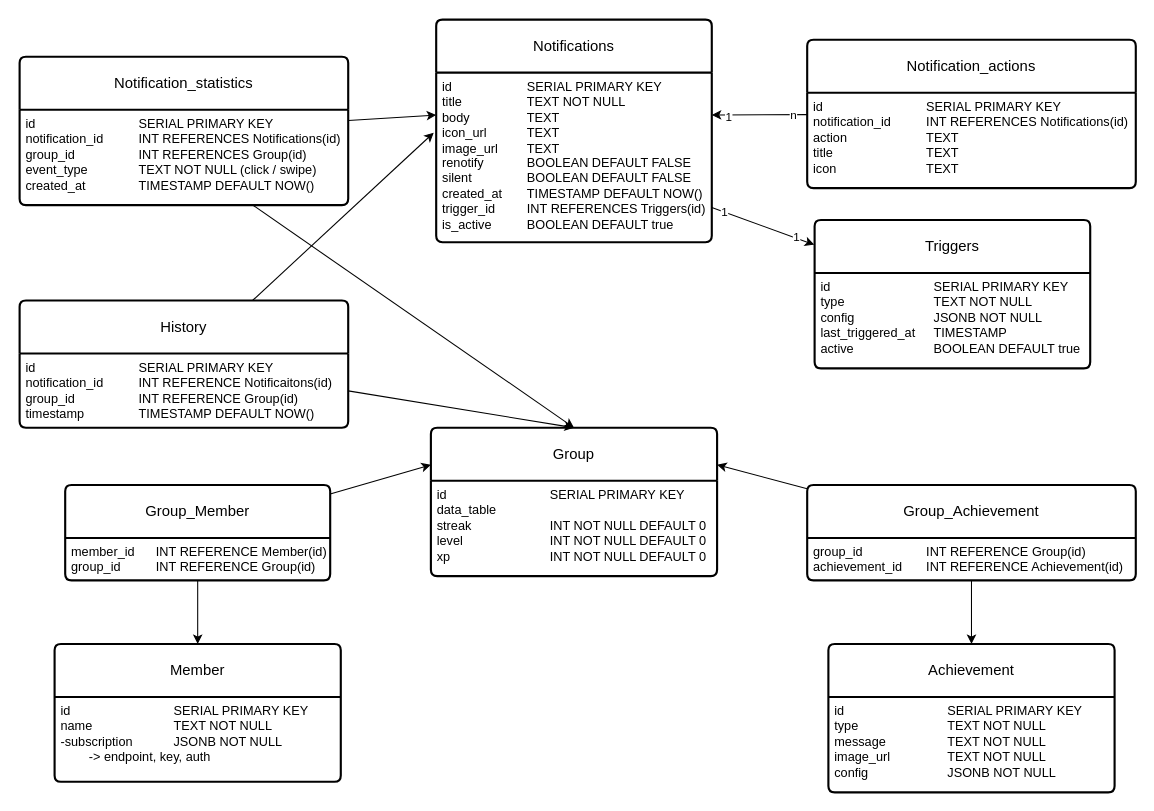
olHannes/WebPush-Docs keeps this draw.io diagram as Database/Database_idea.drawio. Above is the earlier version. Source tidied: cells renumbered, new cells numbered last; positions are measured from the earlier drawing's top-left corner, leaving out a move shared by most shapes. Both pictures are drawn from the tidied source at 106%, with x=0, y=0 at pixel (19, 19).
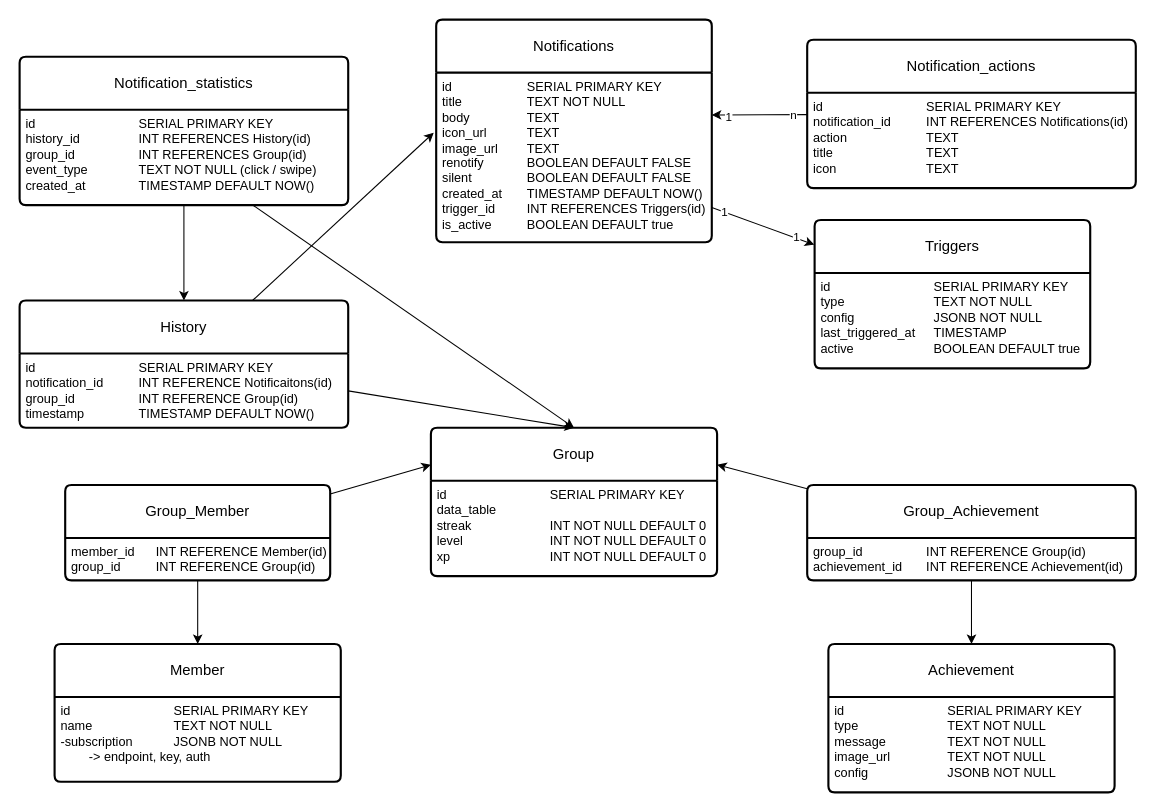
The same diagram, later.

The change refers to these unchanged cells:
```xml
<mxCell id="3" value="id&lt;span style=&quot;white-space: pre;&quot;&gt;&#9;&lt;/span&gt;&lt;span style=&quot;white-space: pre;&quot;&gt;&#9;&lt;/span&gt;&lt;span style=&quot;white-space: pre;&quot;&gt;&#9;&lt;/span&gt;SERIAL PRIMARY KEY&lt;div&gt;title&lt;span style=&quot;white-space: pre;&quot;&gt;&#9;&lt;/span&gt;&lt;span style=&quot;white-space: pre;&quot;&gt;&#9;&lt;/span&gt;&lt;span style=&quot;white-space: pre;&quot;&gt;&#9;&lt;/span&gt;TEXT NOT NULL&lt;/div&gt;&lt;div&gt;body&lt;span style=&quot;white-space: pre;&quot;&gt;&#9;&lt;/span&gt;&lt;span style=&quot;white-space: pre;&quot;&gt;&#9;&lt;/span&gt;TEXT&lt;/div&gt;&lt;div&gt;icon_url&lt;span style=&quot;white-space: pre;&quot;&gt;&#9;&lt;/span&gt;&lt;span style=&quot;white-space: pre;&quot;&gt;&#9;&lt;/span&gt;TEXT&lt;/div&gt;&lt;div&gt;image_url&lt;span style=&quot;white-space: pre;&quot;&gt;&#9;&lt;/span&gt;TEXT&lt;/div&gt;&lt;div&gt;renotify&lt;span style=&quot;white-space: pre;&quot;&gt;&#9;&lt;/span&gt;&lt;span style=&quot;white-space: pre;&quot;&gt;&#9;&lt;/span&gt;BOOLEAN DEFAULT FALSE&lt;/div&gt;&lt;div&gt;silent&lt;span style=&quot;white-space: pre;&quot;&gt;&#9;&lt;/span&gt;&lt;span style=&quot;white-space: pre;&quot;&gt;&#9;&lt;/span&gt;BOOLEAN DEFAULT FALSE&lt;/div&gt;&lt;div&gt;created_at&lt;span style=&quot;white-space: pre;&quot;&gt;&#9;&lt;/span&gt;TIMESTAMP DEFAULT NOW()&lt;/div&gt;&lt;div&gt;trigger_id&lt;span style=&quot;white-space: pre;&quot;&gt;&#9;&lt;/span&gt;&lt;span style=&quot;white-space: pre;&quot;&gt;&#9;&lt;/span&gt;INT REFERENCES Triggers(id)&lt;/div&gt;&lt;div&gt;is_active&lt;span style=&quot;white-space: pre;&quot;&gt;&#9;&lt;/span&gt;&lt;span style=&quot;white-space: pre;&quot;&gt;&#9;&lt;/span&gt;BOOLEAN DEFAULT true&lt;/div&gt;" style="align=left;strokeColor=none;fillColor=none;spacingLeft=4;fontSize=12;verticalAlign=top;html=1;" parent="2" vertex="1">
  <mxGeometry y="50" width="260" height="160" as="geometry" />
</mxCell>
<mxCell id="7" value="Notification_statistics" style="swimlane;horizontal=1;startSize=50;rounded=1;fontSize=14;fontStyle=0;strokeWidth=2;shadow=0;dashed=0;align=center;arcSize=4;whiteSpace=wrap;html=1;" parent="1" vertex="1">
  <mxGeometry y="35" width="310" height="140" as="geometry" />
</mxCell>
<mxCell id="32" value="History" style="swimlane;horizontal=1;startSize=50;rounded=1;fontSize=14;fontStyle=0;strokeWidth=2;shadow=0;dashed=0;align=center;arcSize=4;whiteSpace=wrap;html=1;" parent="1" vertex="1">
  <mxGeometry y="265" width="310" height="120" as="geometry" />
</mxCell>
```

What changed in the source:
```diff
@@
-    <mxCell id="6" style="edgeStyle=none;html=1;entryX=0;entryY=0.25;entryDx=0;entryDy=0;" parent="1" edge="1" source="7" target="3">
-      <mxGeometry relative="1" as="geometry" />
-    </mxCell>
+    <mxCell id="36" style="edgeStyle=none;html=1;entryX=0.5;entryY=0;entryDx=0;entryDy=0;" parent="1" edge="1" source="7" target="32">
+      <mxGeometry relative="1" as="geometry" />
+    </mxCell>
@@
-    <mxCell id="8" value="id&lt;span style=&quot;white-space: pre;&quot;&gt;&#9;&lt;/span&gt;&lt;span style=&quot;white-space: pre;&quot;&gt;&#9;&lt;/span&gt;&lt;span style=&quot;white-space: pre;&quot;&gt;&#9;&lt;span style=&quot;white-space: pre;&quot;&gt;&#9;&lt;/span&gt;&lt;/span&gt;SERIAL PRIMARY KEY&lt;div&gt;&lt;font color=&quot;#000000&quot;&gt;notification_id&lt;span style=&quot;white-space: pre;&quot;&gt;&#9;&lt;/span&gt;&lt;span style=&quot;white-space: pre;&quot;&gt;&#9;&lt;/span&gt;INT REFERENCES Notifications(id)&lt;/font&gt;&lt;/div&gt;&lt;div&gt;group_id&lt;span style=&quot;white-space: pre;&quot;&gt;&#9;&lt;/span&gt;&lt;span style=&quot;white-space: pre;&quot;&gt;&#9;&lt;/span&gt;&lt;span style=&quot;white-space: pre;&quot;&gt;&#9;&lt;/span&gt;INT REFERENCES Group(id)&lt;/div&gt;&lt;div&gt;event_type&lt;span style=&quot;white-space: pre;&quot;&gt;&#9;&lt;/span&gt;&lt;span style=&quot;white-space: pre;&quot;&gt;&#9;&lt;/span&gt;TEXT NOT NULL (click / swipe)&lt;/div&gt;&lt;div&gt;created_at&lt;span style=&quot;white-space: pre;&quot;&gt;&#9;&lt;/span&gt;&lt;span style=&quot;white-space: pre;&quot;&gt;&#9;&lt;/span&gt;TIMESTAMP DEFAULT NOW()&lt;/div&gt;" style="align=left;strokeColor=none;fillColor=none;spacingLeft=4;fontSize=12;verticalAlign=top;html=1;" parent="7" vertex="1">
+    <mxCell id="8" value="id&lt;span style=&quot;white-space: pre;&quot;&gt;&#9;&lt;/span&gt;&lt;span style=&quot;white-space: pre;&quot;&gt;&#9;&lt;/span&gt;&lt;span style=&quot;white-space: pre;&quot;&gt;&#9;&lt;span style=&quot;white-space: pre;&quot;&gt;&#9;&lt;/span&gt;&lt;/span&gt;SERIAL PRIMARY KEY&lt;div&gt;&lt;font color=&quot;#000000&quot;&gt;history_id&lt;span style=&quot;white-space: pre;&quot;&gt;&#9;&lt;/span&gt;&lt;span style=&quot;white-space: pre;&quot;&gt;&#9;&lt;span style=&quot;white-space: pre;&quot;&gt;&#9;&lt;/span&gt;&lt;/span&gt;INT REFERENCES History(id)&lt;/font&gt;&lt;/div&gt;&lt;div&gt;group_id&lt;span style=&quot;white-space: pre;&quot;&gt;&#9;&lt;/span&gt;&lt;span style=&quot;white-space: pre;&quot;&gt;&#9;&lt;/span&gt;&lt;span style=&quot;white-space: pre;&quot;&gt;&#9;&lt;/span&gt;INT REFERENCES Group(id)&lt;/div&gt;&lt;div&gt;event_type&lt;span style=&quot;white-space: pre;&quot;&gt;&#9;&lt;/span&gt;&lt;span style=&quot;white-space: pre;&quot;&gt;&#9;&lt;/span&gt;TEXT NOT NULL (click / swipe)&lt;/div&gt;&lt;div&gt;created_at&lt;span style=&quot;white-space: pre;&quot;&gt;&#9;&lt;/span&gt;&lt;span style=&quot;white-space: pre;&quot;&gt;&#9;&lt;/span&gt;TIMESTAMP DEFAULT NOW()&lt;/div&gt;" style="align=left;strokeColor=none;fillColor=none;spacingLeft=4;fontSize=12;verticalAlign=top;html=1;" parent="7" vertex="1">
       <mxGeometry y="50" width="310" height="90" as="geometry" />
     </mxCell>
```
